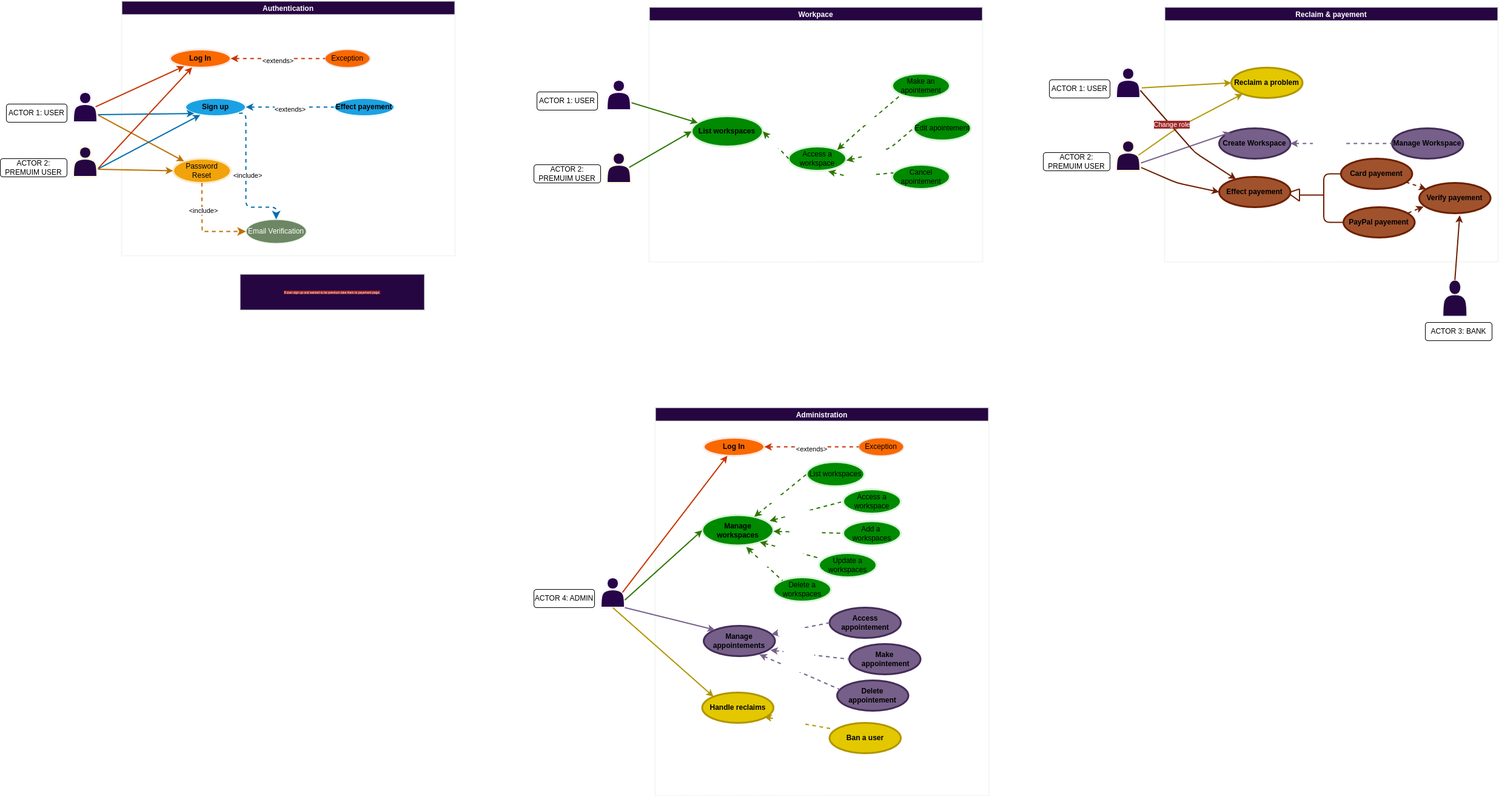
The draw.io diagram UML/case_diagram/diagram.png in Kolapo-code/Booker, before a commit. Source tidied: cells renumbered, new cells last; positions are measured from the earlier drawing's top-left corner, leaving out a move shared by most shapes.
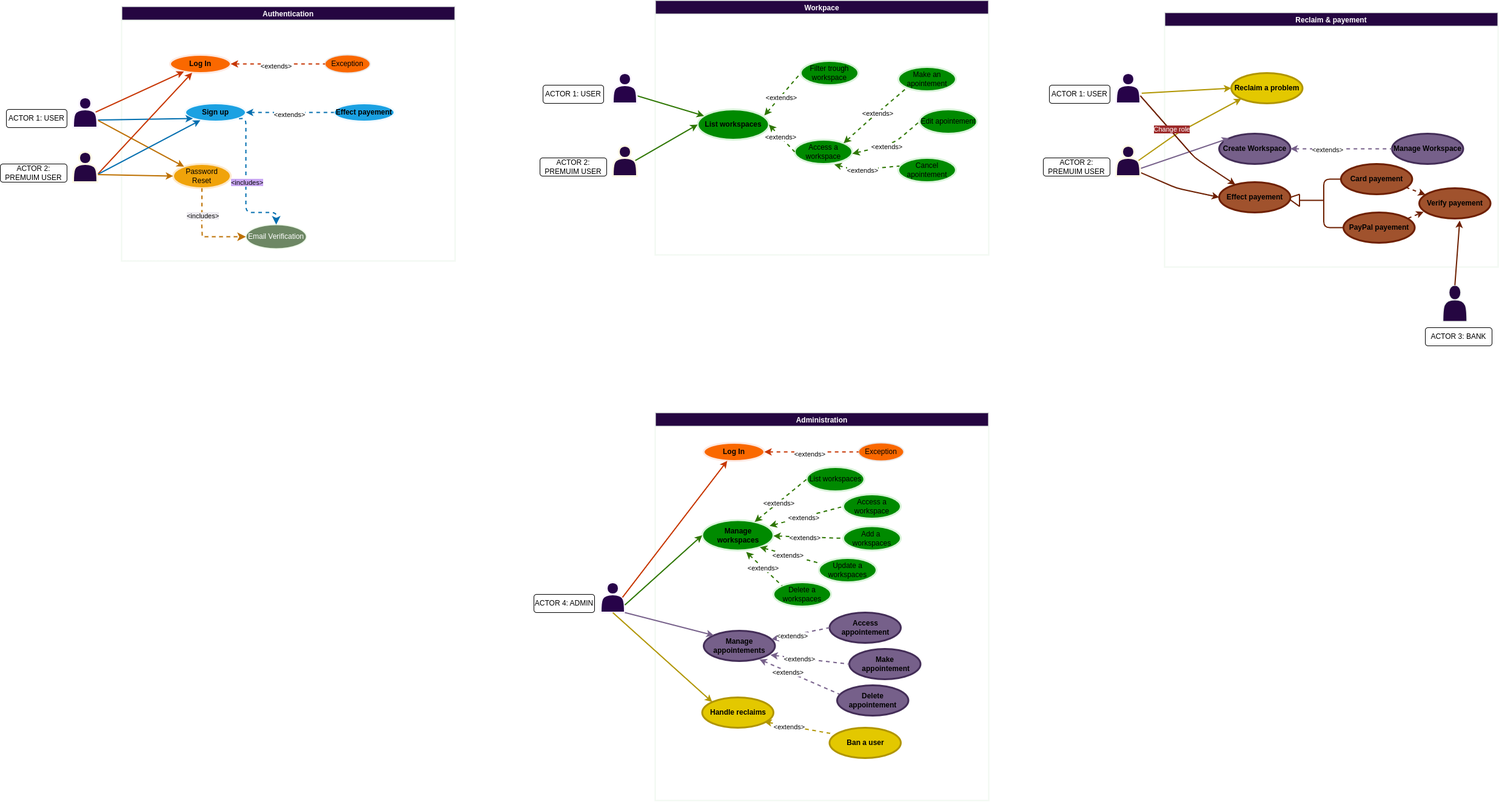
The same diagram one commit later.

Commit message:
Committing updates version of use case diagram.

What changed in the source:
```diff
@@ -28,3 +28,3 @@
     </mxCell>
-    <mxCell id="8" value="&amp;lt;include&amp;gt;" style="edgeLabel;html=1;align=center;verticalAlign=middle;" parent="7" vertex="1">
+    <mxCell id="8" value="&lt;span style=&quot;background-color: rgb(203, 169, 245);&quot;&gt;&lt;span style=&quot;color: rgb(5, 5, 5);&quot;&gt;&amp;lt;&lt;/span&gt;&lt;font style=&quot;color: rgb(5, 5, 5);&quot;&gt;includes&lt;/font&gt;&lt;span style=&quot;color: rgb(5, 5, 5);&quot;&gt;&amp;gt;&lt;/span&gt;&lt;/span&gt;" style="edgeLabel;html=1;align=center;verticalAlign=middle;" parent="7" vertex="1">
       <mxGeometry x="-0.05" y="1" relative="1" as="geometry">
@@ -42,3 +42,3 @@
     </mxCell>
-    <mxCell id="10" value="&amp;lt;include&amp;gt;" style="edgeLabel;html=1;align=center;verticalAlign=middle;" parent="9" vertex="1">
+    <mxCell id="10" value="&lt;span style=&quot;background-color: rgb(237, 235, 240);&quot;&gt;&lt;span style=&quot;color: rgb(5, 5, 5);&quot;&gt;&amp;lt;&lt;/span&gt;&lt;font style=&quot;color: rgb(5, 5, 5);&quot;&gt;includes&lt;/font&gt;&lt;span style=&quot;color: rgb(5, 5, 5);&quot;&gt;&amp;gt;&lt;/span&gt;&lt;/span&gt;" style="edgeLabel;html=1;align=center;verticalAlign=middle;" parent="9" vertex="1">
       <mxGeometry x="-0.12" y="-1" relative="1" as="geometry">
@@ -53,3 +53,3 @@
     </mxCell>
-    <mxCell id="13" value="&amp;lt;extends&amp;gt;" style="edgeLabel;html=1;align=center;verticalAlign=middle;" parent="12" vertex="1">
+    <mxCell id="13" value="&lt;span style=&quot;color: rgb(0, 0, 0);&quot;&gt;&amp;lt;extends&amp;gt;&lt;/span&gt;" style="edgeLabel;html=1;align=center;verticalAlign=middle;" parent="12" vertex="1">
       <mxGeometry x="-0.16" y="-1" relative="1" as="geometry">
@@ -94,3 +94,3 @@
     </mxCell>
-    <mxCell id="26" value="&amp;lt;extends&amp;gt;" style="edgeLabel;html=1;align=center;verticalAlign=middle;" parent="25" vertex="1">
+    <mxCell id="26" value="&lt;span style=&quot;color: rgb(0, 0, 0);&quot;&gt;&amp;lt;extends&amp;gt;&lt;/span&gt;" style="edgeLabel;html=1;align=center;verticalAlign=middle;" parent="25" vertex="1">
       <mxGeometry x="-0.16" y="-1" relative="1" as="geometry">
@@ -100,3 +100,3 @@
     <mxCell id="27" value="Workpace" style="swimlane;strokeColor=#f1f8f1;strokeWidth=2;fontColor=#ffffff;fillColor=#250641;startSize=23;" parent="1" vertex="1">
-      <mxGeometry x="1070" y="10" width="550" height="420" as="geometry" />
+      <mxGeometry x="1080" y="-10" width="550" height="420" as="geometry" />
     </mxCell>
@@ -111,3 +111,3 @@
     </mxCell>
-    <mxCell id="31" value="&lt;font color=&quot;#ffffff&quot;&gt;&amp;lt;extends&amp;gt;&lt;/font&gt;" style="edgeLabel;html=1;align=center;verticalAlign=middle;fontColor=#000000;" parent="30" vertex="1">
+    <mxCell id="31" value="&amp;lt;extends&amp;gt;" style="edgeLabel;html=1;align=center;verticalAlign=middle;fontColor=#000000;" parent="30" vertex="1">
       <mxGeometry x="-0.12" relative="1" as="geometry" />
@@ -130,3 +130,3 @@
     </mxCell>
-    <mxCell id="36" value="&lt;font color=&quot;#ffffff&quot;&gt;&amp;lt;extends&amp;gt;&lt;/font&gt;" style="edgeLabel;html=1;align=center;verticalAlign=middle;fontColor=#000000;" parent="35" vertex="1">
+    <mxCell id="36" value="&amp;lt;extends&amp;gt;" style="edgeLabel;html=1;align=center;verticalAlign=middle;fontColor=#000000;" parent="35" vertex="1">
       <mxGeometry x="-0.12" relative="1" as="geometry">
@@ -143,3 +143,3 @@
     </mxCell>
-    <mxCell id="38" value="&lt;font color=&quot;#ffffff&quot;&gt;&amp;lt;extends&amp;gt;&lt;/font&gt;" style="edgeLabel;html=1;align=center;verticalAlign=middle;fontColor=#000000;" parent="37" vertex="1">
+    <mxCell id="38" value="&amp;lt;extends&amp;gt;" style="edgeLabel;html=1;align=center;verticalAlign=middle;fontColor=#000000;" parent="37" vertex="1">
       <mxGeometry x="-0.12" relative="1" as="geometry" />
@@ -153,3 +153,3 @@
     </mxCell>
-    <mxCell id="40" value="&lt;font color=&quot;#ffffff&quot;&gt;&amp;lt;extends&amp;gt;&lt;/font&gt;" style="edgeLabel;html=1;align=center;verticalAlign=middle;fontColor=#000000;" parent="39" vertex="1">
+    <mxCell id="40" value="&amp;lt;extends&amp;gt;" style="edgeLabel;html=1;align=center;verticalAlign=middle;fontColor=#000000;" parent="39" vertex="1">
       <mxGeometry x="-0.12" relative="1" as="geometry" />
@@ -174,2 +174,11 @@
     </mxCell>
+    <mxCell id="121" value="&lt;font color=&quot;#000000&quot;&gt;Filter trough workspace&lt;/font&gt;" style="ellipse;whiteSpace=wrap;html=1;align=center;newEdgeStyle={&quot;edgeStyle&quot;:&quot;entityRelationEdgeStyle&quot;,&quot;startArrow&quot;:&quot;none&quot;,&quot;endArrow&quot;:&quot;none&quot;,&quot;segment&quot;:10,&quot;curved&quot;:1,&quot;sourcePerimeterSpacing&quot;:0,&quot;targetPerimeterSpacing&quot;:0};fillColor=#008a00;fontColor=#ffffff;strokeColor=#d8f3d8;strokeWidth=3;" parent="27" vertex="1">
+      <mxGeometry x="240" y="100" width="95" height="40" as="geometry" />
+    </mxCell>
+    <mxCell id="122" style="rounded=1;jumpStyle=none;html=1;exitX=0.936;exitY=0.2;exitDx=0;exitDy=0;elbow=vertical;fillColor=#60a917;strokeColor=#2D7600;strokeWidth=2;entryX=0;entryY=0.5;entryDx=0;entryDy=0;dashed=1;endArrow=none;endFill=0;startArrow=classic;startFill=1;exitPerimeter=0;" parent="27" edge="1" source="28" target="121">
+      <mxGeometry relative="1" as="geometry" />
+    </mxCell>
+    <mxCell id="123" value="&amp;lt;extends&amp;gt;" style="edgeLabel;html=1;align=center;verticalAlign=middle;fontColor=#000000;" parent="122" vertex="1">
+      <mxGeometry x="-0.12" relative="1" as="geometry" />
+    </mxCell>
     <mxCell id="47" value="Reclaim &amp; payement" style="swimlane;strokeColor=#f1f8f1;strokeWidth=2;fontColor=#ffffff;fillColor=#250641;" parent="1" vertex="1">
@@ -186,3 +195,3 @@
     </mxCell>
-    <mxCell id="51" value="&amp;lt;extends&amp;gt;" style="edgeLabel;html=1;align=center;verticalAlign=middle;fontColor=#ffffff;" parent="50" vertex="1">
+    <mxCell id="51" value="&lt;font color=&quot;#050505&quot;&gt;&amp;lt;extends&amp;gt;&lt;/font&gt;" style="edgeLabel;html=1;align=center;verticalAlign=middle;fontColor=#ffffff;" parent="50" vertex="1">
       <mxGeometry x="-0.29" relative="1" as="geometry" />
@@ -281,8 +290,2 @@
     </mxCell>
-    <mxCell id="73" value="&lt;font style=&quot;font-size: 5px;&quot;&gt;&amp;lt;&lt;font style=&quot;font-size: 5px;&quot;&gt;includes&lt;/font&gt;&amp;gt;&lt;/font&gt;" style="text;html=1;align=center;verticalAlign=middle;strokeColor=none;fillColor=none;fontColor=#ffffff;" parent="47" vertex="1">
-      <mxGeometry x="379" y="282" width="50" height="30" as="geometry" />
-    </mxCell>
-    <mxCell id="74" value="&lt;font style=&quot;font-size: 5px;&quot;&gt;&amp;lt;&lt;font style=&quot;font-size: 5px;&quot;&gt;includes&lt;/font&gt;&amp;gt;&lt;/font&gt;" style="text;html=1;align=center;verticalAlign=middle;strokeColor=none;fillColor=none;fontColor=#ffffff;" parent="47" vertex="1">
-      <mxGeometry x="379" y="312" width="50" height="30" as="geometry" />
-    </mxCell>
     <mxCell id="75" style="endArrow=classic;html=1;rounded=1;strokeColor=#6D1F00;strokeWidth=2;fontColor=#ffffff;elbow=vertical;jumpStyle=none;startArrow=none;startFill=0;endFill=1;dashed=1;exitX=0.906;exitY=0.195;exitDx=0;exitDy=0;exitPerimeter=0;entryX=0.061;entryY=0.779;entryDx=0;entryDy=0;entryPerimeter=0;" parent="47" edge="1" source="54" target="71">
@@ -299,5 +302,2 @@
     </mxCell>
-    <mxCell id="79" value="If user sign up and wanted to be premium take them to payement page." style="whiteSpace=wrap;html=1;labelBackgroundColor=#9d2a2a;labelBorderColor=none;strokeColor=#f1f8f1;strokeWidth=2;fontSize=5;fontColor=#ffffff;fillColor=#250641;" parent="1" vertex="1">
-      <mxGeometry x="395" y="450" width="305" height="60" as="geometry" />
-    </mxCell>
     <mxCell id="80" value="Administration" style="swimlane;strokeColor=#f1f8f1;strokeWidth=2;fontColor=#ffffff;fillColor=#250641;" parent="1" vertex="1">
@@ -314,3 +314,3 @@
     </mxCell>
-    <mxCell id="84" value="&amp;lt;extends&amp;gt;" style="edgeLabel;html=1;align=center;verticalAlign=middle;" parent="83" vertex="1">
+    <mxCell id="84" value="&lt;span style=&quot;color: rgb(0, 0, 0);&quot;&gt;&amp;lt;extends&amp;gt;&lt;/span&gt;" style="edgeLabel;html=1;align=center;verticalAlign=middle;" parent="83" vertex="1">
       <mxGeometry x="-0.16" y="-1" relative="1" as="geometry">
@@ -328,3 +328,3 @@
     </mxCell>
-    <mxCell id="88" value="&lt;font color=&quot;#ffffff&quot;&gt;&amp;lt;extends&amp;gt;&lt;/font&gt;" style="edgeLabel;html=1;align=center;verticalAlign=middle;fontColor=#000000;" parent="87" vertex="1">
+    <mxCell id="88" value="&amp;lt;extends&amp;gt;" style="edgeLabel;html=1;align=center;verticalAlign=middle;fontColor=#000000;" parent="87" vertex="1">
       <mxGeometry x="-0.12" relative="1" as="geometry" />
@@ -346,3 +346,3 @@
     </mxCell>
-    <mxCell id="94" value="&lt;font color=&quot;#ffffff&quot;&gt;&amp;lt;extends&amp;gt;&lt;/font&gt;" style="edgeLabel;html=1;align=center;verticalAlign=middle;fontColor=#000000;" parent="93" vertex="1">
+    <mxCell id="94" value="&amp;lt;extends&amp;gt;" style="edgeLabel;html=1;align=center;verticalAlign=middle;fontColor=#000000;" parent="93" vertex="1">
       <mxGeometry x="-0.12" relative="1" as="geometry" />
@@ -352,3 +352,3 @@
     </mxCell>
-    <mxCell id="96" value="&lt;font color=&quot;#ffffff&quot;&gt;&amp;lt;extends&amp;gt;&lt;/font&gt;" style="edgeLabel;html=1;align=center;verticalAlign=middle;fontColor=#000000;" parent="95" vertex="1">
+    <mxCell id="96" value="&amp;lt;extends&amp;gt;" style="edgeLabel;html=1;align=center;verticalAlign=middle;fontColor=#000000;" parent="95" vertex="1">
       <mxGeometry x="-0.12" relative="1" as="geometry" />
@@ -364,3 +364,3 @@
     </mxCell>
-    <mxCell id="100" value="&amp;lt;extends&amp;gt;" style="edgeLabel;html=1;align=center;verticalAlign=middle;fontColor=#ffffff;" parent="99" vertex="1">
+    <mxCell id="100" value="&lt;span style=&quot;color: rgb(0, 0, 0);&quot;&gt;&amp;lt;extends&amp;gt;&lt;/span&gt;" style="edgeLabel;html=1;align=center;verticalAlign=middle;fontColor=#ffffff;" parent="99" vertex="1">
       <mxGeometry x="-0.29" relative="1" as="geometry" />
@@ -375,3 +375,3 @@
     </mxCell>
-    <mxCell id="103" value="&amp;lt;extends&amp;gt;" style="edgeLabel;html=1;align=center;verticalAlign=middle;fontColor=#ffffff;" parent="102" vertex="1">
+    <mxCell id="103" value="&lt;span style=&quot;color: rgb(0, 0, 0);&quot;&gt;&amp;lt;extends&amp;gt;&lt;/span&gt;" style="edgeLabel;html=1;align=center;verticalAlign=middle;fontColor=#ffffff;" parent="102" vertex="1">
       <mxGeometry x="-0.29" relative="1" as="geometry" />
@@ -384,3 +384,3 @@
     </mxCell>
-    <mxCell id="106" value="&amp;lt;extends&amp;gt;" style="edgeLabel;html=1;align=center;verticalAlign=middle;fontColor=#ffffff;" parent="105" vertex="1">
+    <mxCell id="106" value="&lt;span style=&quot;color: rgb(0, 0, 0);&quot;&gt;&amp;lt;extends&amp;gt;&lt;/span&gt;" style="edgeLabel;html=1;align=center;verticalAlign=middle;fontColor=#ffffff;" parent="105" vertex="1">
       <mxGeometry x="-0.29" relative="1" as="geometry" />
@@ -390,3 +390,3 @@
     </mxCell>
-    <mxCell id="108" value="&lt;font color=&quot;#ffffff&quot;&gt;&amp;lt;extends&amp;gt;&lt;/font&gt;" style="edgeLabel;html=1;align=center;verticalAlign=middle;fontColor=#000000;" parent="107" vertex="1">
+    <mxCell id="108" value="&amp;lt;extends&amp;gt;" style="edgeLabel;html=1;align=center;verticalAlign=middle;fontColor=#000000;" parent="107" vertex="1">
       <mxGeometry x="-0.12" relative="1" as="geometry" />
@@ -404,3 +404,3 @@
     </mxCell>
-    <mxCell id="112" value="&amp;lt;extends&amp;gt;" style="edgeLabel;html=1;align=center;verticalAlign=middle;fontColor=#ffffff;" parent="111" vertex="1">
+    <mxCell id="112" value="&lt;span style=&quot;color: rgb(0, 0, 0);&quot;&gt;&amp;lt;extends&amp;gt;&lt;/span&gt;" style="edgeLabel;html=1;align=center;verticalAlign=middle;fontColor=#ffffff;" parent="111" vertex="1">
       <mxGeometry x="-0.29" relative="1" as="geometry" />
@@ -412,3 +412,3 @@
     </mxCell>
-    <mxCell id="114" value="&lt;font color=&quot;#ffffff&quot;&gt;&amp;lt;extends&amp;gt;&lt;/font&gt;" style="edgeLabel;html=1;align=center;verticalAlign=middle;fontColor=#000000;" parent="113" vertex="1">
+    <mxCell id="114" value="&amp;lt;extends&amp;gt;" style="edgeLabel;html=1;align=center;verticalAlign=middle;fontColor=#000000;" parent="113" vertex="1">
       <mxGeometry x="-0.12" relative="1" as="geometry" />
```
